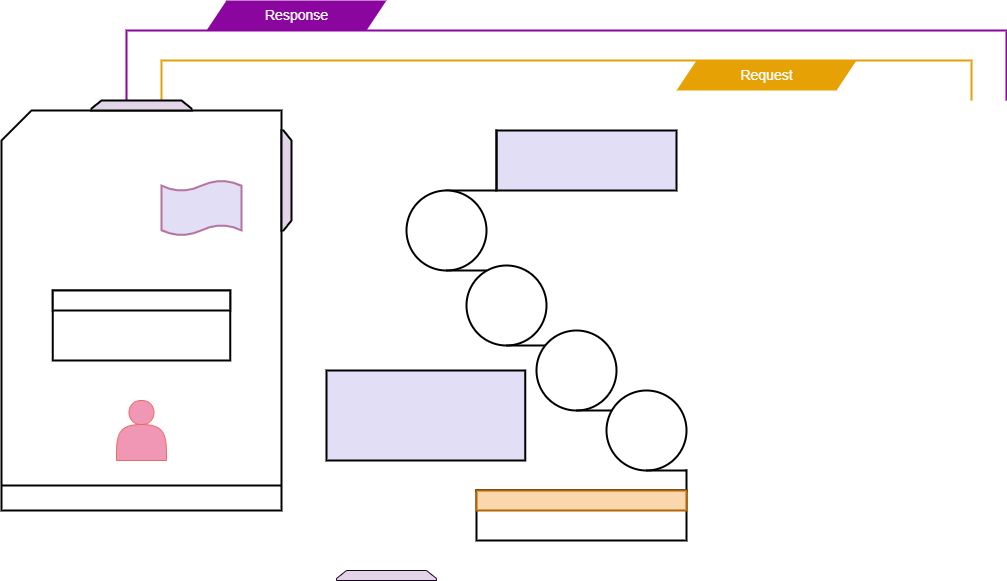
Omowunmikamil/alx-system_engineering-devops keeps this draw.io diagram as 0x09-web_infrastructure_design/1-distributed_web_infrastructure.drawio.png. Above is the earlier version. Source tidied: cells renumbered, new cells last; positions are measured from the earlier drawing's top-left corner, leaving out a move shared by most shapes.
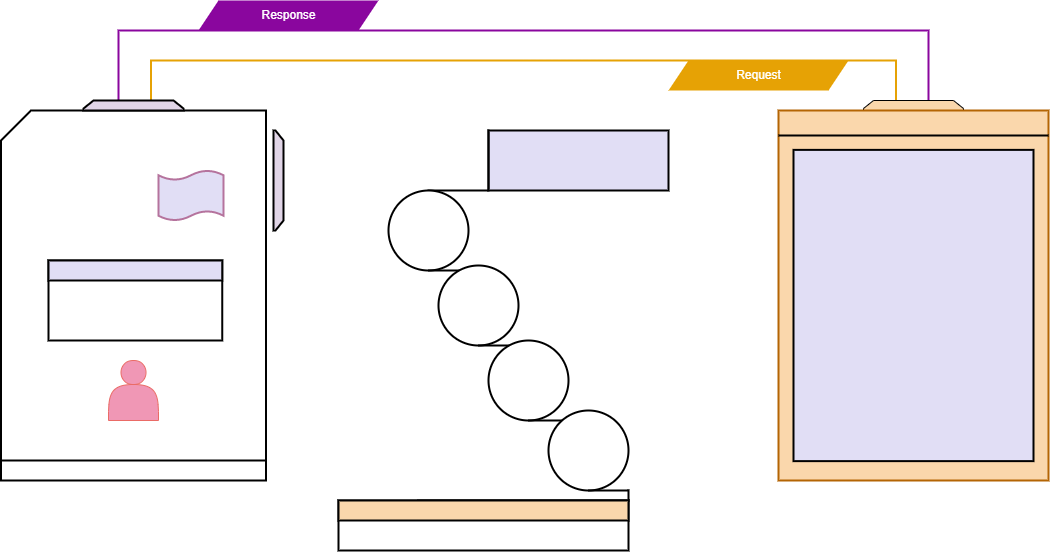
After the commit.

Change to the diagram source:
```diff
@@ -3,52 +3,52 @@
     <mxCell id="0" />
     <mxCell id="1" parent="0" />
     <mxCell id="2" style="strokeWidth=2;html=1;shape=mxgraph.flowchart.annotation_1;align=left;direction=south;strokeColor=#8A069E;" parent="1" vertex="1">
-      <mxGeometry x="125" y="30" width="880" height="70" as="geometry" />
+      <mxGeometry x="125" y="30" width="810" height="70" as="geometry" />
     </mxCell>
     <mxCell id="3" style="shape=parallelogram;perimeter=parallelogramPerimeter;whiteSpace=wrap;html=1;fixedSize=1;fillColor=#8A069E;strokeColor=none;" parent="1" vertex="1">
       <mxGeometry x="205" width="180" height="30" as="geometry" />
     </mxCell>
     <mxCell id="4" style="strokeWidth=2;html=1;shape=mxgraph.flowchart.annotation_1;align=left;direction=south;strokeColor=#E6A205;" parent="1" vertex="1">
-      <mxGeometry x="160" y="60" width="810" height="40" as="geometry" />
+      <mxGeometry x="157.5" y="60" width="745" height="40" as="geometry" />
     </mxCell>
     <mxCell id="5" style="shape=parallelogram;perimeter=parallelogramPerimeter;whiteSpace=wrap;html=1;fixedSize=1;fillColor=#E6A205;strokeColor=none;" parent="1" vertex="1">
       <mxGeometry x="675" y="60" width="180" height="30" as="geometry" />
     </mxCell>
-    <mxCell id="6" value="&lt;font style=&quot;font-size: 14px;&quot; color=&quot;#ffffff&quot;&gt;Response&lt;/font&gt;" style="text;html=1;align=center;verticalAlign=middle;strokeColor=none;fillColor=none;" parent="1" vertex="1">
-      <mxGeometry x="250" width="90" height="30" as="geometry" />
+    <mxCell id="6" value="&lt;font style=&quot;font-size: 12px;&quot; color=&quot;#ffffff&quot;&gt;Response&lt;/font&gt;" style="text;html=1;align=center;verticalAlign=middle;strokeColor=none;fillColor=none;" parent="1" vertex="1">
+      <mxGeometry x="255" width="80" height="30" as="geometry" />
     </mxCell>
-    <mxCell id="7" value="&lt;font style=&quot;font-size: 14px;&quot; color=&quot;#ffffff&quot;&gt;Request&lt;/font&gt;" style="text;html=1;align=center;verticalAlign=middle;strokeColor=none;fillColor=none;" parent="1" vertex="1">
-      <mxGeometry x="725" y="60" width="80" height="30" as="geometry" />
+    <mxCell id="7" value="&lt;font style=&quot;font-size: 12px;&quot; color=&quot;#ffffff&quot;&gt;Request&lt;/font&gt;" style="text;html=1;align=center;verticalAlign=middle;strokeColor=none;fillColor=none;" parent="1" vertex="1">
+      <mxGeometry x="730" y="60" width="70" height="30" as="geometry" />
     </mxCell>
     <mxCell id="8" style="rounded=0;whiteSpace=wrap;html=1;strokeColor=#000000;strokeWidth=2;fillColor=#E1DEF5;" parent="1" vertex="1">
       <mxGeometry x="495" y="130" width="180" height="60" as="geometry" />
     </mxCell>
     <mxCell id="9" style="shape=partialRectangle;whiteSpace=wrap;html=1;top=0;left=0;fillColor=none;strokeWidth=2;" parent="1" vertex="1">
-      <mxGeometry x="445" y="130" width="50" height="60" as="geometry" />
+      <mxGeometry x="435" y="130" width="60" height="60" as="geometry" />
     </mxCell>
     <mxCell id="10" style="shape=tapeData;whiteSpace=wrap;html=1;perimeter=ellipsePerimeter;strokeWidth=2;" parent="1" vertex="1">
-      <mxGeometry x="405" y="190" width="80" height="80" as="geometry" />
+      <mxGeometry x="395" y="190" width="80" height="80" as="geometry" />
     </mxCell>
     <mxCell id="11" style="shape=tapeData;whiteSpace=wrap;html=1;perimeter=ellipsePerimeter;strokeWidth=2;" parent="1" vertex="1">
-      <mxGeometry x="465" y="265" width="80" height="80" as="geometry" />
+      <mxGeometry x="445" y="265" width="80" height="80" as="geometry" />
     </mxCell>
     <mxCell id="12" style="shape=tapeData;whiteSpace=wrap;html=1;perimeter=ellipsePerimeter;strokeWidth=2;" parent="1" vertex="1">
-      <mxGeometry x="535" y="330" width="80" height="80" as="geometry" />
+      <mxGeometry x="495" y="340" width="80" height="80" as="geometry" />
     </mxCell>
     <mxCell id="13" style="shape=tapeData;whiteSpace=wrap;html=1;perimeter=ellipsePerimeter;strokeWidth=2;" parent="1" vertex="1">
-      <mxGeometry x="605" y="390" width="80" height="80" as="geometry" />
+      <mxGeometry x="555" y="410" width="80" height="80" as="geometry" />
     </mxCell>
     <mxCell id="14" style="shape=partialRectangle;whiteSpace=wrap;html=1;top=0;left=0;fillColor=none;strokeWidth=2;" parent="1" vertex="1">
-      <mxGeometry x="475" y="470" width="210" height="20" as="geometry" />
+      <mxGeometry x="425" y="490" width="210" height="10" as="geometry" />
     </mxCell>
     <mxCell id="15" style="rounded=0;whiteSpace=wrap;html=1;strokeWidth=2;" parent="1" vertex="1">
-      <mxGeometry x="475" y="490" width="210" height="50" as="geometry" />
+      <mxGeometry x="345" y="500" width="290" height="50" as="geometry" />
     </mxCell>
     <mxCell id="16" style="shape=card;whiteSpace=wrap;html=1;strokeWidth=2;" parent="1" vertex="1">
-      <mxGeometry y="110" width="280" height="400" as="geometry" />
+      <mxGeometry x="7.5" y="110" width="265" height="370" as="geometry" />
     </mxCell>
-    <mxCell id="17" style="shape=loopLimit;whiteSpace=wrap;html=1;fillColor=#e1d5e7;strokeColor=#180123;" parent="1" vertex="1">
-      <mxGeometry x="335" y="570" width="100" height="10" as="geometry" />
+    <mxCell id="17" style="shape=loopLimit;whiteSpace=wrap;html=1;fillColor=#fad7ac;strokeColor=#000000;" parent="1" vertex="1">
+      <mxGeometry x="870" y="100" width="100" height="10" as="geometry" />
     </mxCell>
     <mxCell id="18" style="shape=loopLimit;whiteSpace=wrap;html=1;fillColor=#e1d5e7;strokeColor=#000000;strokeWidth=2;" parent="1" vertex="1">
       <mxGeometry x="90" y="100" width="100" height="10" as="geometry" />
@@ -56,26 +56,32 @@
     <mxCell id="19" style="shape=loopLimit;whiteSpace=wrap;html=1;fillColor=#e1d5e7;strokeColor=#000000;direction=south;strokeWidth=2;" parent="1" vertex="1">
       <mxGeometry x="280" y="130" width="10" height="100" as="geometry" />
     </mxCell>
-    <mxCell id="20" style="rounded=0;whiteSpace=wrap;html=1;strokeWidth=2;fillColor=#fad7ac;strokeColor=#b46504;" parent="1" vertex="1">
-      <mxGeometry x="475" y="490" width="210" height="20" as="geometry" />
+    <mxCell id="20" style="rounded=0;whiteSpace=wrap;html=1;strokeWidth=2;fillColor=#fad7ac;strokeColor=#000000;" parent="1" vertex="1">
+      <mxGeometry x="345" y="500" width="290" height="20" as="geometry" />
     </mxCell>
     <mxCell id="21" style="rounded=0;whiteSpace=wrap;html=1;strokeWidth=2;" parent="1" vertex="1">
-      <mxGeometry x="51.2" y="290" width="177.5" height="70" as="geometry" />
+      <mxGeometry x="55" y="260" width="173.8" height="80" as="geometry" />
     </mxCell>
-    <mxCell id="22" style="rounded=0;whiteSpace=wrap;html=1;strokeWidth=2;fillColor=#E1DEF5;strokeColor=#000000;" parent="1" vertex="1">
-      <mxGeometry x="325" y="370" width="198.8" height="90" as="geometry" />
-    </mxCell>
     <mxCell id="23" style="shape=actor;whiteSpace=wrap;html=1;fillColor=#F097B5;strokeColor=#EA6B66;" parent="1" vertex="1">
-      <mxGeometry x="115" y="400" width="50" height="60" as="geometry" />
+      <mxGeometry x="115" y="360" width="50" height="60" as="geometry" />
     </mxCell>
     <mxCell id="24" style="line;strokeWidth=2;html=1;" parent="1" vertex="1">
-      <mxGeometry y="480" width="280" height="10" as="geometry" />
+      <mxGeometry x="7.5" y="455" width="265" height="10" as="geometry" />
     </mxCell>
     <mxCell id="25" style="shape=tape;whiteSpace=wrap;html=1;strokeWidth=2;size=0.19;fillColor=#E1DEF5;strokeColor=#B5739D;" parent="1" vertex="1">
-      <mxGeometry x="160" y="180" width="80" height="55" as="geometry" />
+      <mxGeometry x="165" y="170" width="65" height="50" as="geometry" />
     </mxCell>
-    <mxCell id="26" style="rounded=0;whiteSpace=wrap;html=1;strokeWidth=2;" parent="1" vertex="1">
-      <mxGeometry x="51.2" y="290" width="177.5" height="20" as="geometry" />
+    <mxCell id="26" style="rounded=0;whiteSpace=wrap;html=1;strokeWidth=2;fillColor=#E1DEF5;strokeColor=#000000;" parent="1" vertex="1">
+      <mxGeometry x="55" y="260" width="173.8" height="20" as="geometry" />
     </mxCell>
+    <mxCell id="27" style="rounded=0;whiteSpace=wrap;html=1;strokeWidth=2;fillColor=#fad7ac;strokeColor=#b46504;" parent="1" vertex="1">
+      <mxGeometry x="785" y="110" width="270" height="370" as="geometry" />
+    </mxCell>
+    <mxCell id="28" style="line;strokeWidth=2;html=1;" parent="1" vertex="1">
+      <mxGeometry x="785" y="130" width="270" height="10" as="geometry" />
+    </mxCell>
+    <mxCell id="29" style="rounded=0;whiteSpace=wrap;html=1;strokeWidth=2;fillColor=#E1DEF5;strokeColor=#000000;" parent="1" vertex="1">
+      <mxGeometry x="800" y="149.4" width="240" height="311.2" as="geometry" />
+    </mxCell>
   </root>
 </mxGraphModel>
```
